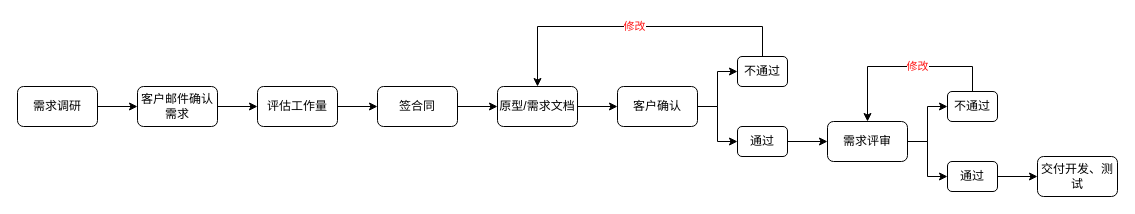
Above: 需求评审流程.drawio in ammengke/my-drawio (draw.io), before the change. Source tidied: cells renumbered, new cells numbered last; positions are measured from the earlier drawing's top-left corner, leaving out a move shared by most shapes. Both pictures are drawn from the tidied source at 100%, with x=0, y=0 at pixel (17, 26).
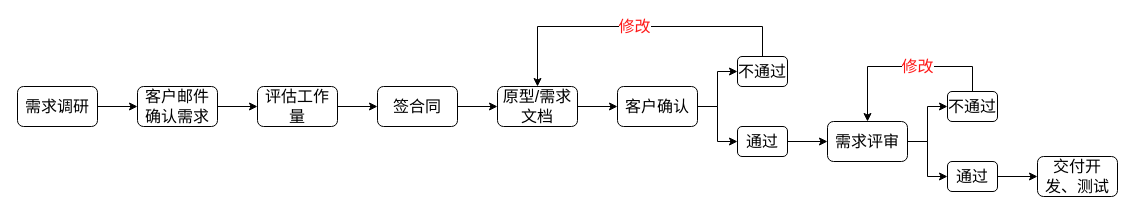
After the change.

Commit message (it also covers changes not shown here):
Update 需求评审流程.drawio

Change to the diagram source:
```diff
@@
-    <mxCell id="2" style="edgeStyle=orthogonalEdgeStyle;rounded=0;jettySize=auto;html=1;entryX=0;entryY=0.5;entryDx=0;entryDy=0;fontColor=#FF1717;" parent="1" edge="1" source="3" target="5">
+    <mxCell id="2" style="edgeStyle=orthogonalEdgeStyle;rounded=0;jettySize=auto;html=1;entryX=0;entryY=0.5;entryDx=0;entryDy=0;fontColor=#FF1717;fontSize=16;" parent="1" edge="1" source="3" target="5">
       <mxGeometry relative="1" as="geometry" />
     </mxCell>
-    <mxCell id="3" value="需求调研" style="rounded=1;whiteSpace=wrap;html=1;" parent="1" vertex="1">
+    <mxCell id="3" value="需求调研" style="rounded=1;whiteSpace=wrap;html=1;fontSize=16;" parent="1" vertex="1">
       <mxGeometry y="60" width="80" height="40" as="geometry" />
     </mxCell>
-    <mxCell id="4" style="edgeStyle=orthogonalEdgeStyle;rounded=0;jettySize=auto;html=1;entryX=0;entryY=0.5;entryDx=0;entryDy=0;fontColor=#FF1717;" parent="1" edge="1" source="5" target="7">
+    <mxCell id="4" style="edgeStyle=orthogonalEdgeStyle;rounded=0;jettySize=auto;html=1;entryX=0;entryY=0.5;entryDx=0;entryDy=0;fontColor=#FF1717;fontSize=16;" parent="1" edge="1" source="5" target="7">
       <mxGeometry relative="1" as="geometry" />
     </mxCell>
-    <mxCell id="5" value="客户邮件确认需求" style="rounded=1;whiteSpace=wrap;html=1;" parent="1" vertex="1">
+    <mxCell id="5" value="客户邮件确认需求" style="rounded=1;whiteSpace=wrap;html=1;fontSize=16;" parent="1" vertex="1">
       <mxGeometry x="120" y="60" width="80" height="40" as="geometry" />
     </mxCell>
-    <mxCell id="6" style="edgeStyle=orthogonalEdgeStyle;rounded=0;jettySize=auto;html=1;fontColor=#FF1717;" parent="1" edge="1" source="7" target="9">
+    <mxCell id="6" style="edgeStyle=orthogonalEdgeStyle;rounded=0;jettySize=auto;html=1;fontColor=#FF1717;fontSize=16;" parent="1" edge="1" source="7" target="9">
       <mxGeometry relative="1" as="geometry" />
     </mxCell>
-    <mxCell id="7" value="评估工作量" style="rounded=1;whiteSpace=wrap;html=1;" parent="1" vertex="1">
+    <mxCell id="7" value="评估工作量" style="rounded=1;whiteSpace=wrap;html=1;fontSize=16;" parent="1" vertex="1">
       <mxGeometry x="240" y="60" width="80" height="40" as="geometry" />
     </mxCell>
-    <mxCell id="8" style="edgeStyle=orthogonalEdgeStyle;rounded=0;jettySize=auto;html=1;fontColor=#FF1717;" parent="1" edge="1" source="9" target="11">
+    <mxCell id="8" style="edgeStyle=orthogonalEdgeStyle;rounded=0;jettySize=auto;html=1;fontColor=#FF1717;fontSize=16;" parent="1" edge="1" source="9" target="11">
       <mxGeometry relative="1" as="geometry" />
     </mxCell>
-    <mxCell id="9" value="签合同" style="rounded=1;whiteSpace=wrap;html=1;" parent="1" vertex="1">
+    <mxCell id="9" value="签合同" style="rounded=1;whiteSpace=wrap;html=1;fontSize=16;" parent="1" vertex="1">
       <mxGeometry x="360" y="60" width="80" height="40" as="geometry" />
     </mxCell>
-    <mxCell id="10" style="edgeStyle=orthogonalEdgeStyle;rounded=0;jettySize=auto;html=1;fontColor=#FF1717;" parent="1" edge="1" source="11" target="14">
+    <mxCell id="10" style="edgeStyle=orthogonalEdgeStyle;rounded=0;jettySize=auto;html=1;fontColor=#FF1717;fontSize=16;" parent="1" edge="1" source="11" target="14">
       <mxGeometry relative="1" as="geometry" />
     </mxCell>
-    <mxCell id="11" value="原型/需求文档" style="rounded=1;whiteSpace=wrap;html=1;" parent="1" vertex="1">
+    <mxCell id="11" value="原型/需求文档" style="rounded=1;whiteSpace=wrap;html=1;fontSize=16;" parent="1" vertex="1">
       <mxGeometry x="480" y="60" width="80" height="40" as="geometry" />
     </mxCell>
-    <mxCell id="12" style="edgeStyle=orthogonalEdgeStyle;rounded=0;jettySize=auto;html=1;entryX=0;entryY=0.5;entryDx=0;entryDy=0;" parent="1" edge="1" source="14" target="16">
+    <mxCell id="12" style="edgeStyle=orthogonalEdgeStyle;rounded=0;jettySize=auto;html=1;entryX=0;entryY=0.5;entryDx=0;entryDy=0;fontSize=16;" parent="1" edge="1" source="14" target="16">
       <mxGeometry relative="1" as="geometry" />
     </mxCell>
-    <mxCell id="13" style="edgeStyle=orthogonalEdgeStyle;rounded=0;jettySize=auto;html=1;entryX=0;entryY=0.5;entryDx=0;entryDy=0;" parent="1" edge="1" source="14" target="18">
+    <mxCell id="13" style="edgeStyle=orthogonalEdgeStyle;rounded=0;jettySize=auto;html=1;entryX=0;entryY=0.5;entryDx=0;entryDy=0;fontSize=16;" parent="1" edge="1" source="14" target="18">
       <mxGeometry relative="1" as="geometry" />
     </mxCell>
-    <mxCell id="14" value="客户确认" style="rounded=1;whiteSpace=wrap;html=1;" parent="1" vertex="1">
+    <mxCell id="14" value="客户确认" style="rounded=1;whiteSpace=wrap;html=1;fontSize=16;" parent="1" vertex="1">
       <mxGeometry x="600" y="60" width="80" height="40" as="geometry" />
     </mxCell>
-    <mxCell id="15" value="修改" style="edgeStyle=orthogonalEdgeStyle;rounded=0;jettySize=auto;html=1;entryX=0.5;entryY=0;entryDx=0;entryDy=0;fontColor=#FF1717;" parent="1" edge="1" source="16" target="11">
+    <mxCell id="15" value="修改" style="edgeStyle=orthogonalEdgeStyle;rounded=0;jettySize=auto;html=1;entryX=0.5;entryY=0;entryDx=0;entryDy=0;fontColor=#FF1717;fontSize=16;" parent="1" edge="1" source="16" target="11">
       <mxGeometry relative="1" as="geometry">
         <Array as="points">
           <mxPoint x="745" />
           <mxPoint x="520" />
         </Array>
       </mxGeometry>
     </mxCell>
-    <mxCell id="16" value="不通过" style="rounded=1;whiteSpace=wrap;html=1;" parent="1" vertex="1">
+    <mxCell id="16" value="不通过" style="rounded=1;whiteSpace=wrap;html=1;fontSize=16;" parent="1" vertex="1">
       <mxGeometry x="720" y="30" width="50" height="30" as="geometry" />
     </mxCell>
-    <mxCell id="17" style="edgeStyle=orthogonalEdgeStyle;rounded=0;jettySize=auto;html=1;fontColor=#FF1717;" parent="1" edge="1" source="18" target="21">
+    <mxCell id="17" style="edgeStyle=orthogonalEdgeStyle;rounded=0;jettySize=auto;html=1;fontColor=#FF1717;fontSize=16;" parent="1" edge="1" source="18" target="21">
       <mxGeometry relative="1" as="geometry" />
     </mxCell>
-    <mxCell id="18" value="通过" style="rounded=1;whiteSpace=wrap;html=1;" parent="1" vertex="1">
+    <mxCell id="18" value="通过" style="rounded=1;whiteSpace=wrap;html=1;fontSize=16;" parent="1" vertex="1">
       <mxGeometry x="720" y="100" width="50" height="30" as="geometry" />
     </mxCell>
-    <mxCell id="19" style="edgeStyle=orthogonalEdgeStyle;rounded=0;jettySize=auto;html=1;fontColor=#FF1717;" parent="1" edge="1" source="21" target="25">
+    <mxCell id="19" style="edgeStyle=orthogonalEdgeStyle;rounded=0;jettySize=auto;html=1;fontColor=#FF1717;fontSize=16;" parent="1" edge="1" source="21" target="25">
       <mxGeometry relative="1" as="geometry" />
     </mxCell>
-    <mxCell id="20" style="edgeStyle=orthogonalEdgeStyle;rounded=0;jettySize=auto;html=1;entryX=0;entryY=0.5;entryDx=0;entryDy=0;fontColor=#FF1717;" parent="1" edge="1" source="21" target="23">
+    <mxCell id="20" style="edgeStyle=orthogonalEdgeStyle;rounded=0;jettySize=auto;html=1;entryX=0;entryY=0.5;entryDx=0;entryDy=0;fontColor=#FF1717;fontSize=16;" parent="1" edge="1" source="21" target="23">
       <mxGeometry relative="1" as="geometry" />
     </mxCell>
-    <mxCell id="21" value="需求评审" style="rounded=1;whiteSpace=wrap;html=1;" parent="1" vertex="1">
+    <mxCell id="21" value="需求评审" style="rounded=1;whiteSpace=wrap;html=1;fontSize=16;" parent="1" vertex="1">
       <mxGeometry x="810" y="95" width="80" height="40" as="geometry" />
     </mxCell>
-    <mxCell id="22" value="修改" style="edgeStyle=orthogonalEdgeStyle;rounded=0;jettySize=auto;html=1;entryX=0.5;entryY=0;entryDx=0;entryDy=0;fontColor=#FF1717;" parent="1" edge="1" source="23" target="21">
+    <mxCell id="22" value="修改" style="edgeStyle=orthogonalEdgeStyle;rounded=0;jettySize=auto;html=1;entryX=0.5;entryY=0;entryDx=0;entryDy=0;fontColor=#FF1717;fontSize=16;" parent="1" edge="1" source="23" target="21">
       <mxGeometry x="-0.14" relative="1" as="geometry">
         <Array as="points">
           <mxPoint x="955" y="40" />
           <mxPoint x="850" y="40" />
         </Array>
       </mxGeometry>
     </mxCell>
-    <mxCell id="23" value="不通过" style="rounded=1;whiteSpace=wrap;html=1;" parent="1" vertex="1">
+    <mxCell id="23" value="不通过" style="rounded=1;whiteSpace=wrap;html=1;fontSize=16;" parent="1" vertex="1">
       <mxGeometry x="930" y="65" width="50" height="30" as="geometry" />
     </mxCell>
-    <mxCell id="24" style="edgeStyle=orthogonalEdgeStyle;rounded=0;jettySize=auto;html=1;fontColor=#FF1717;" parent="1" edge="1" source="25" target="26">
+    <mxCell id="24" style="edgeStyle=orthogonalEdgeStyle;rounded=0;jettySize=auto;html=1;fontColor=#FF1717;fontSize=16;" parent="1" edge="1" source="25" target="26">
       <mxGeometry relative="1" as="geometry" />
     </mxCell>
-    <mxCell id="25" value="通过" style="rounded=1;whiteSpace=wrap;html=1;" parent="1" vertex="1">
+    <mxCell id="25" value="通过" style="rounded=1;whiteSpace=wrap;html=1;fontSize=16;" parent="1" vertex="1">
       <mxGeometry x="930" y="135" width="50" height="30" as="geometry" />
     </mxCell>
-    <mxCell id="26" value="交付开发、测试" style="rounded=1;whiteSpace=wrap;html=1;" parent="1" vertex="1">
+    <mxCell id="26" value="交付开发、测试" style="rounded=1;whiteSpace=wrap;html=1;fontSize=16;" parent="1" vertex="1">
       <mxGeometry x="1020" y="130" width="80" height="40" as="geometry" />
     </mxCell>
```
